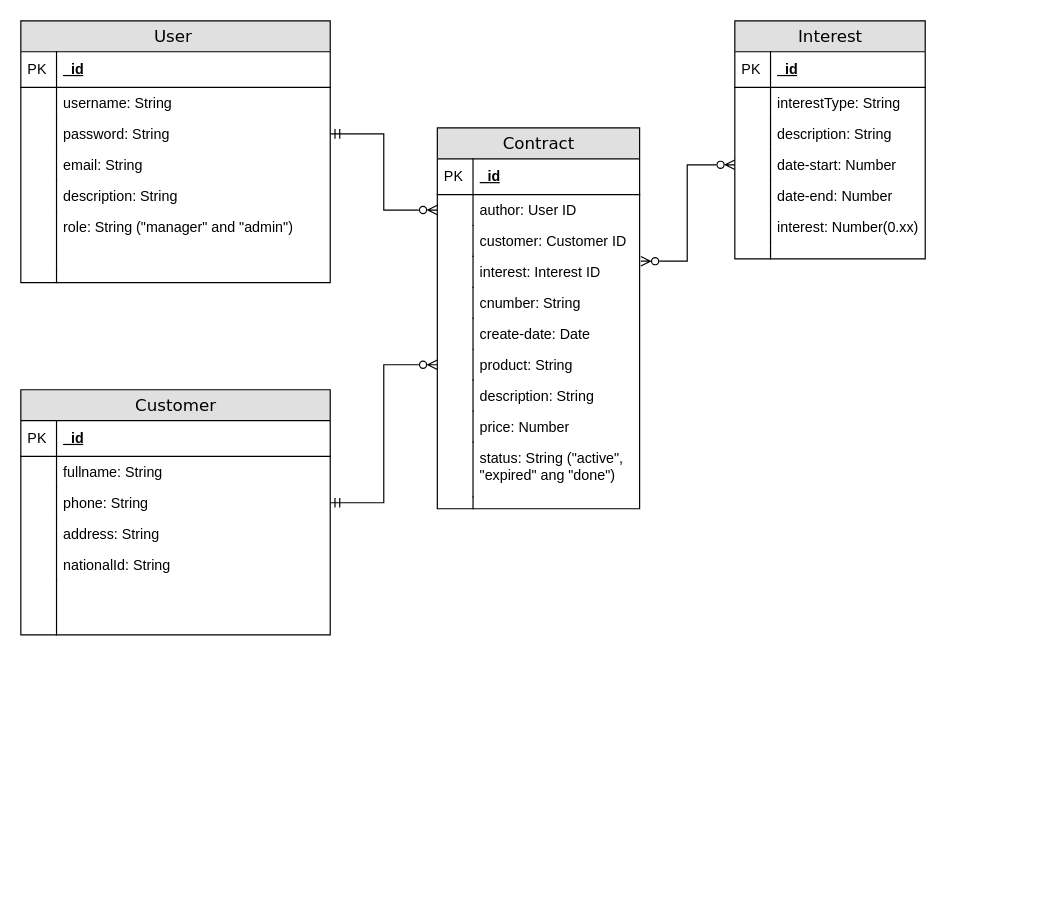
Earlier version of the draw.io diagram docs/Entity relationship Diagram.drawio (nhuttuan239/Pawn-BE). Source tidied: cells renumbered, new cells numbered last; positions are measured from the earlier drawing's top-left corner, leaving out a move shared by most shapes. Both pictures are drawn from the tidied source at 119%, with x=0, y=0 at pixel (20, 20).
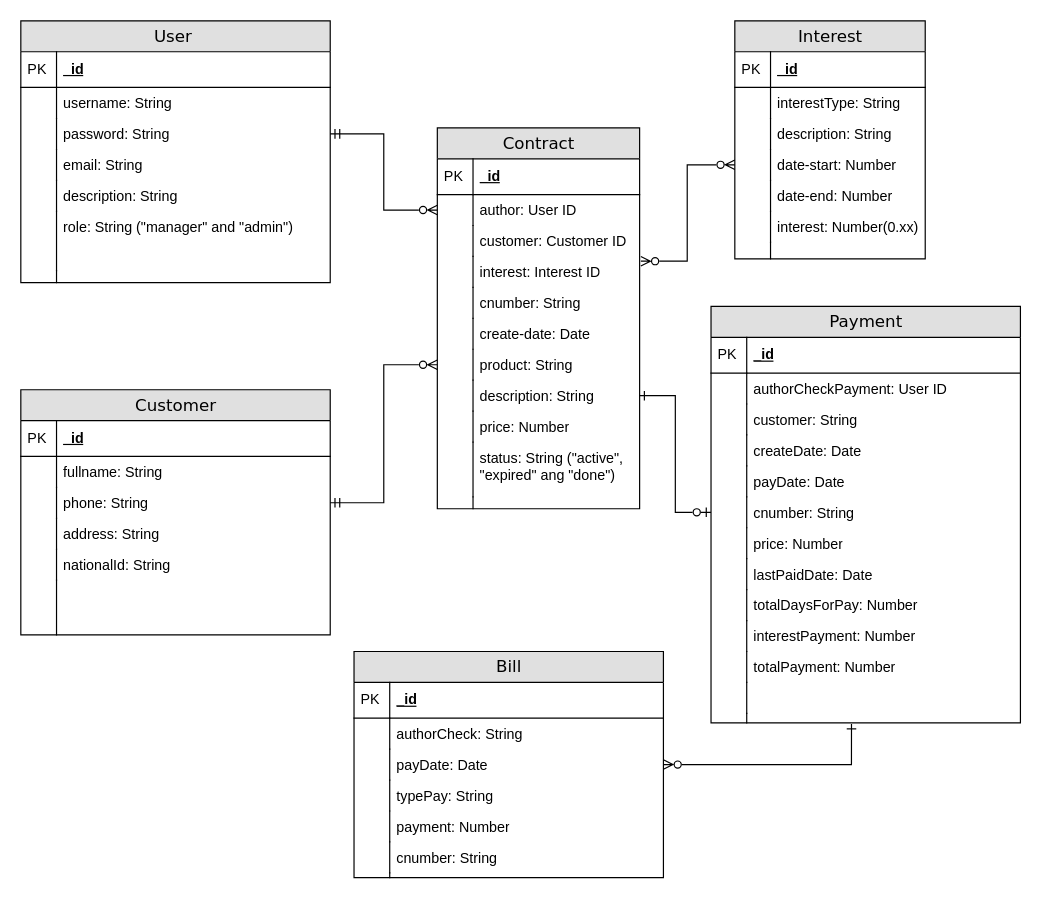
After the change.

Commit message:
Cập nhật Entity relationship Diagram.drawio

Unchanged cells that the change refers to:
```xml
<mxCell id="17" value="description: String" style="shape=partialRectangle;top=0;left=0;right=0;bottom=0;html=1;align=left;verticalAlign=top;fillColor=none;spacingLeft=34;spacingRight=4;whiteSpace=wrap;overflow=hidden;points=[[0,0.5],[1,0.5]];portConstraint=eastwest;" parent="2" vertex="1">
  <mxGeometry y="212" width="170" height="26" as="geometry" />
</mxCell>
```

The edit, as a diff of the source:
```diff
@@
+    <mxCell id="71" value="Payment" style="swimlane;html=1;fontStyle=0;horizontal=1;startSize=26;fillColor=#e0e0e0;swimlaneFillColor=#ffffff;align=center;rounded=0;shadow=0;comic=0;labelBackgroundColor=none;strokeWidth=1;fontFamily=Verdana;fontSize=14;" parent="1" vertex="1">
+      <mxGeometry x="580" y="240" width="260" height="350" as="geometry" />
+    </mxCell>
+    <mxCell id="72" value="_id" style="shape=partialRectangle;top=0;left=0;right=0;bottom=1;html=1;align=left;verticalAlign=middle;fillColor=none;spacingLeft=34;spacingRight=4;whiteSpace=wrap;overflow=hidden;fontStyle=5;" parent="71" vertex="1">
+      <mxGeometry y="26" width="260" height="30" as="geometry" />
+    </mxCell>
+    <mxCell id="73" value="PK" style="shape=partialRectangle;top=0;left=0;bottom=0;html=1;fillColor=none;align=left;verticalAlign=middle;spacingLeft=4;spacingRight=4;whiteSpace=wrap;overflow=hidden;" parent="72" vertex="1">
+      <mxGeometry width="30" height="30" as="geometry" />
+    </mxCell>
+    <mxCell id="74" value="authorCheckPayment: User ID" style="shape=partialRectangle;top=0;left=0;right=0;bottom=0;html=1;align=left;verticalAlign=top;fillColor=none;spacingLeft=34;spacingRight=4;whiteSpace=wrap;overflow=hidden;" parent="71" vertex="1">
+      <mxGeometry y="56" width="260" height="26" as="geometry" />
+    </mxCell>
+    <mxCell id="75" style="shape=partialRectangle;top=0;left=0;bottom=0;html=1;fillColor=none;align=left;verticalAlign=top;spacingLeft=4;spacingRight=4;whiteSpace=wrap;overflow=hidden;" parent="74" vertex="1">
+      <mxGeometry width="30" height="26" as="geometry" />
+    </mxCell>
+    <mxCell id="76" value="customer: String" style="shape=partialRectangle;top=0;left=0;right=0;bottom=0;html=1;align=left;verticalAlign=top;fillColor=none;spacingLeft=34;spacingRight=4;whiteSpace=wrap;overflow=hidden;" parent="71" vertex="1">
+      <mxGeometry y="82" width="260" height="26" as="geometry" />
+    </mxCell>
+    <mxCell id="77" style="shape=partialRectangle;top=0;left=0;bottom=0;html=1;fillColor=none;align=left;verticalAlign=top;spacingLeft=4;spacingRight=4;whiteSpace=wrap;overflow=hidden;" parent="76" vertex="1">
+      <mxGeometry width="30" height="26" as="geometry" />
+    </mxCell>
+    <mxCell id="78" value="createDate: Date" style="shape=partialRectangle;top=0;left=0;right=0;bottom=0;html=1;align=left;verticalAlign=top;fillColor=none;spacingLeft=34;spacingRight=4;whiteSpace=wrap;overflow=hidden;" parent="71" vertex="1">
+      <mxGeometry y="108" width="260" height="26" as="geometry" />
+    </mxCell>
+    <mxCell id="79" style="shape=partialRectangle;top=0;left=0;bottom=0;html=1;fillColor=none;align=left;verticalAlign=top;spacingLeft=4;spacingRight=4;whiteSpace=wrap;overflow=hidden;" parent="78" vertex="1">
+      <mxGeometry width="30" height="26" as="geometry" />
+    </mxCell>
+    <mxCell id="80" value="payDate: Date" style="shape=partialRectangle;top=0;left=0;right=0;bottom=0;html=1;align=left;verticalAlign=top;fillColor=none;spacingLeft=34;spacingRight=4;whiteSpace=wrap;overflow=hidden;" parent="71" vertex="1">
+      <mxGeometry y="134" width="260" height="26" as="geometry" />
+    </mxCell>
+    <mxCell id="81" style="shape=partialRectangle;top=0;left=0;bottom=0;html=1;fillColor=none;align=left;verticalAlign=top;spacingLeft=4;spacingRight=4;whiteSpace=wrap;overflow=hidden;" parent="80" vertex="1">
+      <mxGeometry width="30" height="26" as="geometry" />
+    </mxCell>
+    <mxCell id="82" value="cnumber: String" style="shape=partialRectangle;top=0;left=0;right=0;bottom=0;html=1;align=left;verticalAlign=top;fillColor=none;spacingLeft=34;spacingRight=4;whiteSpace=wrap;overflow=hidden;points=[[0,0.5],[1,0.5]];portConstraint=eastwest;" parent="71" vertex="1">
+      <mxGeometry y="160" width="260" height="26" as="geometry" />
+    </mxCell>
+    <mxCell id="83" style="shape=partialRectangle;top=0;left=0;bottom=0;html=1;fillColor=none;align=left;verticalAlign=top;spacingLeft=4;spacingRight=4;whiteSpace=wrap;overflow=hidden;" parent="82" vertex="1">
+      <mxGeometry width="30" height="26" as="geometry" />
+    </mxCell>
+    <mxCell id="84" value="price: Number" style="shape=partialRectangle;top=0;left=0;right=0;bottom=0;html=1;align=left;verticalAlign=top;fillColor=none;spacingLeft=34;spacingRight=4;whiteSpace=wrap;overflow=hidden;" parent="71" vertex="1">
+      <mxGeometry y="186" width="260" height="26" as="geometry" />
+    </mxCell>
+    <mxCell id="85" style="shape=partialRectangle;top=0;left=0;bottom=0;html=1;fillColor=none;align=left;verticalAlign=top;spacingLeft=4;spacingRight=4;whiteSpace=wrap;overflow=hidden;" parent="84" vertex="1">
+      <mxGeometry width="30" height="26" as="geometry" />
+    </mxCell>
+    <mxCell id="86" value="lastPaidDate: Date" style="shape=partialRectangle;top=0;left=0;right=0;bottom=0;html=1;align=left;verticalAlign=top;fillColor=none;spacingLeft=34;spacingRight=4;whiteSpace=wrap;overflow=hidden;" parent="71" vertex="1">
+      <mxGeometry y="212" width="260" height="26" as="geometry" />
+    </mxCell>
+    <mxCell id="87" style="shape=partialRectangle;top=0;left=0;bottom=0;html=1;fillColor=none;align=left;verticalAlign=top;spacingLeft=4;spacingRight=4;whiteSpace=wrap;overflow=hidden;" parent="86" vertex="1">
+      <mxGeometry width="30" height="26" as="geometry" />
+    </mxCell>
+    <mxCell id="88" value="totalDaysForPay: Number" style="shape=partialRectangle;top=0;left=0;right=0;bottom=0;html=1;align=left;verticalAlign=top;fillColor=none;spacingLeft=34;spacingRight=4;whiteSpace=wrap;overflow=hidden;" parent="71" vertex="1">
+      <mxGeometry y="238" width="260" height="26" as="geometry" />
+    </mxCell>
+    <mxCell id="89" style="shape=partialRectangle;top=0;left=0;bottom=0;html=1;fillColor=none;align=left;verticalAlign=top;spacingLeft=4;spacingRight=4;whiteSpace=wrap;overflow=hidden;" parent="88" vertex="1">
+      <mxGeometry width="30" height="26" as="geometry" />
+    </mxCell>
+    <mxCell id="90" value="interestPayment: Number" style="shape=partialRectangle;top=0;left=0;right=0;bottom=0;html=1;align=left;verticalAlign=top;fillColor=none;spacingLeft=34;spacingRight=4;whiteSpace=wrap;overflow=hidden;" parent="71" vertex="1">
+      <mxGeometry y="264" width="260" height="26" as="geometry" />
+    </mxCell>
+    <mxCell id="91" style="shape=partialRectangle;top=0;left=0;bottom=0;html=1;fillColor=none;align=left;verticalAlign=top;spacingLeft=4;spacingRight=4;whiteSpace=wrap;overflow=hidden;" parent="90" vertex="1">
+      <mxGeometry width="30" height="26" as="geometry" />
+    </mxCell>
+    <mxCell id="92" value="totalPayment: Number" style="shape=partialRectangle;top=0;left=0;right=0;bottom=0;html=1;align=left;verticalAlign=top;fillColor=none;spacingLeft=34;spacingRight=4;whiteSpace=wrap;overflow=hidden;" parent="71" vertex="1">
+      <mxGeometry y="290" width="260" height="26" as="geometry" />
+    </mxCell>
+    <mxCell id="93" style="shape=partialRectangle;top=0;left=0;bottom=0;html=1;fillColor=none;align=left;verticalAlign=top;spacingLeft=4;spacingRight=4;whiteSpace=wrap;overflow=hidden;" parent="92" vertex="1">
+      <mxGeometry width="30" height="26" as="geometry" />
+    </mxCell>
+    <mxCell id="94" style="shape=partialRectangle;top=0;left=0;right=0;bottom=0;html=1;align=left;verticalAlign=top;fillColor=none;spacingLeft=34;spacingRight=4;whiteSpace=wrap;overflow=hidden;" parent="71" vertex="1">
+      <mxGeometry y="316" width="260" height="26" as="geometry" />
+    </mxCell>
+    <mxCell id="95" style="shape=partialRectangle;top=0;left=0;bottom=0;html=1;fillColor=none;align=left;verticalAlign=top;spacingLeft=4;spacingRight=4;whiteSpace=wrap;overflow=hidden;" parent="94" vertex="1">
+      <mxGeometry width="30" height="26" as="geometry" />
+    </mxCell>
+    <mxCell id="96" style="shape=partialRectangle;top=0;left=0;right=0;bottom=0;html=1;align=left;verticalAlign=top;fillColor=none;spacingLeft=34;spacingRight=4;whiteSpace=wrap;overflow=hidden;points=[[0,0.5],[1,0.5]];portConstraint=eastwest;" parent="71" vertex="1">
+      <mxGeometry y="342" width="260" height="8" as="geometry" />
+    </mxCell>
+    <mxCell id="97" style="shape=partialRectangle;top=0;left=0;bottom=0;html=1;fillColor=none;align=left;verticalAlign=top;spacingLeft=4;spacingRight=4;whiteSpace=wrap;overflow=hidden;" parent="96" vertex="1">
+      <mxGeometry width="30" height="8" as="geometry" />
+    </mxCell>
+    <mxCell id="98" style="edgeStyle=orthogonalEdgeStyle;rounded=0;jettySize=auto;html=1;exitX=1;exitY=0.5;exitDx=0;exitDy=0;endArrow=ERzeroToOne;endFill=0;entryX=0;entryY=0.5;entryDx=0;entryDy=0;startArrow=ERone;startFill=0;" parent="1" edge="1" source="17" target="82">
+      <mxGeometry relative="1" as="geometry" />
+    </mxCell>
+    <mxCell id="99" value="Bill" style="swimlane;html=1;fontStyle=0;horizontal=1;startSize=26;fillColor=#e0e0e0;swimlaneFillColor=#ffffff;align=center;rounded=0;shadow=0;comic=0;labelBackgroundColor=none;strokeWidth=1;fontFamily=Verdana;fontSize=14;" parent="1" vertex="1">
+      <mxGeometry x="280" y="530" width="260" height="190" as="geometry" />
+    </mxCell>
+    <mxCell id="100" value="_id" style="shape=partialRectangle;top=0;left=0;right=0;bottom=1;html=1;align=left;verticalAlign=middle;fillColor=none;spacingLeft=34;spacingRight=4;whiteSpace=wrap;overflow=hidden;fontStyle=5;" parent="99" vertex="1">
+      <mxGeometry y="26" width="260" height="30" as="geometry" />
+    </mxCell>
+    <mxCell id="101" value="PK" style="shape=partialRectangle;top=0;left=0;bottom=0;html=1;fillColor=none;align=left;verticalAlign=middle;spacingLeft=4;spacingRight=4;whiteSpace=wrap;overflow=hidden;" parent="100" vertex="1">
+      <mxGeometry width="30" height="30" as="geometry" />
+    </mxCell>
+    <mxCell id="102" value="authorCheck: String" style="shape=partialRectangle;top=0;left=0;right=0;bottom=0;html=1;align=left;verticalAlign=top;fillColor=none;spacingLeft=34;spacingRight=4;whiteSpace=wrap;overflow=hidden;" parent="99" vertex="1">
+      <mxGeometry y="56" width="260" height="26" as="geometry" />
+    </mxCell>
+    <mxCell id="103" style="shape=partialRectangle;top=0;left=0;bottom=0;html=1;fillColor=none;align=left;verticalAlign=top;spacingLeft=4;spacingRight=4;whiteSpace=wrap;overflow=hidden;" parent="102" vertex="1">
+      <mxGeometry width="30" height="26" as="geometry" />
+    </mxCell>
+    <mxCell id="104" value="payDate: Date" style="shape=partialRectangle;top=0;left=0;right=0;bottom=0;html=1;align=left;verticalAlign=top;fillColor=none;spacingLeft=34;spacingRight=4;whiteSpace=wrap;overflow=hidden;" parent="99" vertex="1">
+      <mxGeometry y="82" width="260" height="26" as="geometry" />
+    </mxCell>
+    <mxCell id="105" style="shape=partialRectangle;top=0;left=0;bottom=0;html=1;fillColor=none;align=left;verticalAlign=top;spacingLeft=4;spacingRight=4;whiteSpace=wrap;overflow=hidden;" parent="104" vertex="1">
+      <mxGeometry width="30" height="26" as="geometry" />
+    </mxCell>
+    <mxCell id="106" value="typePay: String" style="shape=partialRectangle;top=0;left=0;right=0;bottom=0;html=1;align=left;verticalAlign=top;fillColor=none;spacingLeft=34;spacingRight=4;whiteSpace=wrap;overflow=hidden;" parent="99" vertex="1">
+      <mxGeometry y="108" width="260" height="26" as="geometry" />
+    </mxCell>
+    <mxCell id="107" style="shape=partialRectangle;top=0;left=0;bottom=0;html=1;fillColor=none;align=left;verticalAlign=top;spacingLeft=4;spacingRight=4;whiteSpace=wrap;overflow=hidden;" parent="106" vertex="1">
+      <mxGeometry width="30" height="26" as="geometry" />
+    </mxCell>
+    <mxCell id="108" value="payment: Number" style="shape=partialRectangle;top=0;left=0;right=0;bottom=0;html=1;align=left;verticalAlign=top;fillColor=none;spacingLeft=34;spacingRight=4;whiteSpace=wrap;overflow=hidden;" parent="99" vertex="1">
+      <mxGeometry y="134" width="260" height="26" as="geometry" />
+    </mxCell>
+    <mxCell id="109" style="shape=partialRectangle;top=0;left=0;bottom=0;html=1;fillColor=none;align=left;verticalAlign=top;spacingLeft=4;spacingRight=4;whiteSpace=wrap;overflow=hidden;" parent="108" vertex="1">
+      <mxGeometry width="30" height="26" as="geometry" />
+    </mxCell>
+    <mxCell id="110" value="cnumber: String" style="shape=partialRectangle;top=0;left=0;right=0;bottom=0;html=1;align=left;verticalAlign=top;fillColor=none;spacingLeft=34;spacingRight=4;whiteSpace=wrap;overflow=hidden;" parent="99" vertex="1">
+      <mxGeometry y="160" width="260" height="26" as="geometry" />
+    </mxCell>
+    <mxCell id="111" style="shape=partialRectangle;top=0;left=0;bottom=0;html=1;fillColor=none;align=left;verticalAlign=top;spacingLeft=4;spacingRight=4;whiteSpace=wrap;overflow=hidden;" parent="110" vertex="1">
+      <mxGeometry width="30" height="26" as="geometry" />
+    </mxCell>
+    <mxCell id="112" style="shape=partialRectangle;top=0;left=0;right=0;bottom=0;html=1;align=left;verticalAlign=top;fillColor=none;spacingLeft=34;spacingRight=4;whiteSpace=wrap;overflow=hidden;" parent="99" vertex="1">
+      <mxGeometry y="186" width="260" height="4" as="geometry" />
+    </mxCell>
+    <mxCell id="113" style="shape=partialRectangle;top=0;left=0;bottom=0;html=1;fillColor=none;align=left;verticalAlign=top;spacingLeft=4;spacingRight=4;whiteSpace=wrap;overflow=hidden;" parent="112" vertex="1">
+      <mxGeometry width="30" height="4" as="geometry" />
+    </mxCell>
+    <mxCell id="114" style="edgeStyle=orthogonalEdgeStyle;rounded=0;jettySize=auto;html=1;entryX=0.454;entryY=1.125;entryDx=0;entryDy=0;entryPerimeter=0;endArrow=ERone;endFill=0;startArrow=ERzeroToMany;startFill=0;" parent="1" edge="1" source="99" target="96">
+      <mxGeometry relative="1" as="geometry" />
+    </mxCell>
```
